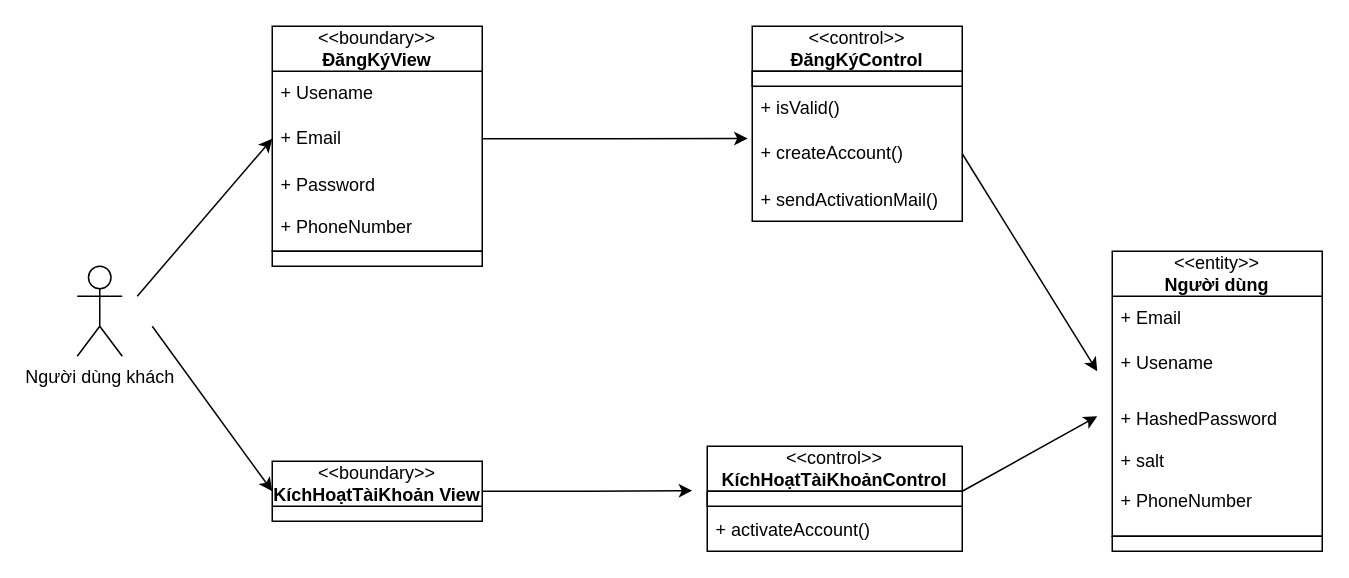
The draw.io diagram Use Case Diagram/Authentication/UCClass SignUp.drawio.xml in dvhAoU1374/IT3120-PTTKHT, before the edit. Source tidied: cells renumbered, new cells numbered last; positions are measured from the earlier drawing's top-left corner, leaving out a move shared by most shapes. Both pictures are drawn from the tidied source at 150%, with x=0, y=0 at pixel (76, 26).
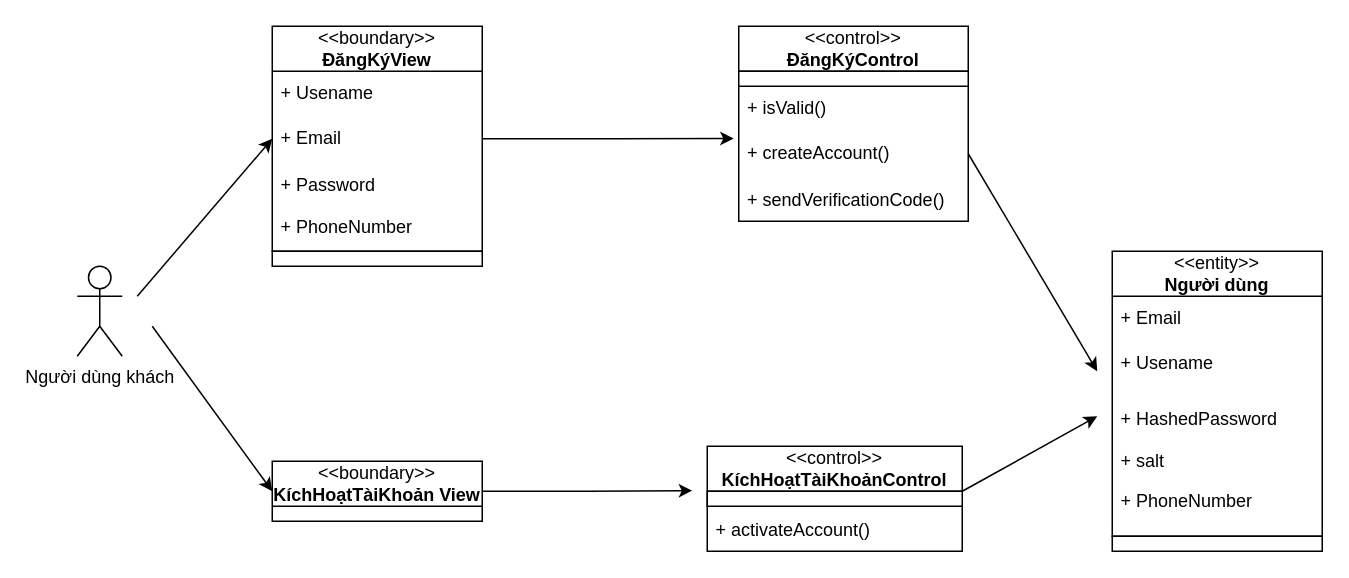
After the change.

Change to the diagram source:
```diff
@@
     <mxCell id="9" value="&amp;lt;&amp;lt;control&amp;gt;&amp;gt;&lt;div&gt;&lt;b&gt;ĐăngKýControl&lt;/b&gt;&lt;/div&gt;" style="swimlane;fontStyle=0;horizontal=1;startSize=30;whiteSpace=wrap;html=1;" parent="1" vertex="1">
-      <mxGeometry x="450" width="140" height="130" as="geometry" />
+      <mxGeometry x="441" width="153" height="130" as="geometry" />
     </mxCell>
     <mxCell id="10" style="rounded=0;whiteSpace=wrap;html=1;" parent="9" vertex="1">
-      <mxGeometry y="30" width="140" height="10" as="geometry" />
+      <mxGeometry y="30" width="153" height="10" as="geometry" />
     </mxCell>
     <mxCell id="11" value="+ isValid()" style="text;strokeColor=none;fillColor=none;align=left;verticalAlign=middle;spacingLeft=4;spacingRight=4;overflow=hidden;whiteSpace=wrap;html=1;" parent="9" vertex="1">
-      <mxGeometry y="40" width="140" height="30" as="geometry" />
+      <mxGeometry y="40" width="153" height="30" as="geometry" />
     </mxCell>
     <mxCell id="12" value="+ createAccount()" style="text;strokeColor=none;fillColor=none;align=left;verticalAlign=middle;spacingLeft=4;spacingRight=4;overflow=hidden;points=[[0,0.5],[1,0.5]];portConstraint=eastwest;whiteSpace=wrap;html=1;" parent="9" vertex="1">
-      <mxGeometry y="70" width="140" height="30" as="geometry" />
+      <mxGeometry y="70" width="153" height="30" as="geometry" />
     </mxCell>
-    <mxCell id="13" value="&lt;div style=&quot;line-height: 230%;&quot;&gt;+ sendActivationMail()&lt;/div&gt;" style="text;strokeColor=none;fillColor=none;align=left;verticalAlign=middle;spacingLeft=4;spacingRight=4;overflow=hidden;whiteSpace=wrap;html=1;" parent="9" vertex="1">
-      <mxGeometry y="100" width="140" height="30" as="geometry" />
+    <mxCell id="13" value="&lt;div style=&quot;line-height: 230%;&quot;&gt;+ sendVerificationCode()&lt;/div&gt;" style="text;strokeColor=none;fillColor=none;align=left;verticalAlign=middle;spacingLeft=4;spacingRight=4;overflow=hidden;whiteSpace=wrap;html=1;" parent="9" vertex="1">
+      <mxGeometry y="100" width="153" height="30" as="geometry" />
     </mxCell>
```
